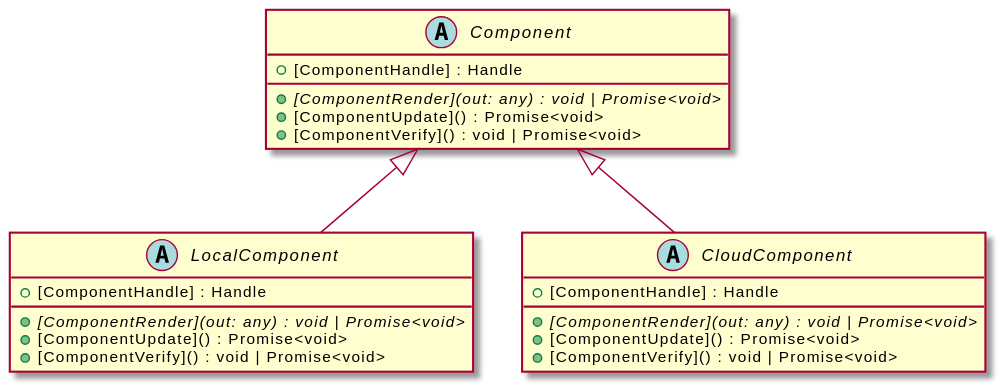
Earlier version of the PlantUML export assets/Component-umlClassDiagram-171.svg (zorse-lang/adk).
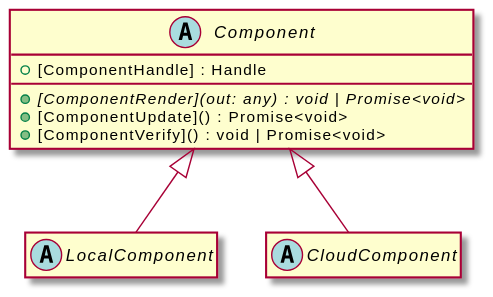
The same diagram one commit later.

Change to the diagram source:
```diff
@@ -9,17 +9,9 @@
     +[ComponentVerify]() : void | Promise<void>
 }
 abstract class "LocalComponent" {
-    +[ComponentHandle] : Handle
-    {abstract} +[ComponentRender](out: any) : void | Promise<void>
-    +[ComponentUpdate]() : Promise<void>
-    +[ComponentVerify]() : void | Promise<void>
 }
 "Component" <|-- "LocalComponent"
 abstract class "CloudComponent" {
-    +[ComponentHandle] : Handle
-    {abstract} +[ComponentRender](out: any) : void | Promise<void>
-    +[ComponentUpdate]() : Promise<void>
-    +[ComponentVerify]() : void | Promise<void>
 }
 "Component" <|-- "CloudComponent"
 @enduml
```
